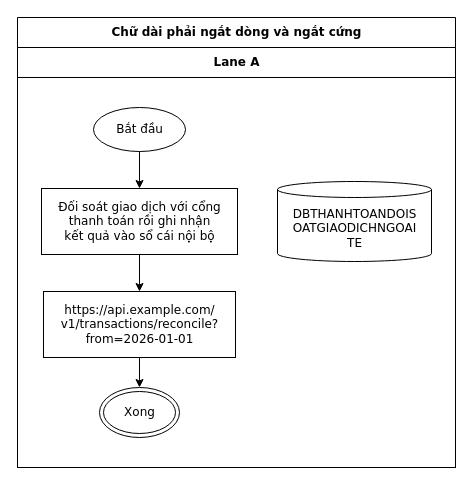
Before: conformance/golden/optimize/cases-19-wrap-long.drawio in luytbq/flowcast, a draw.io diagram. Source tidied: cells renumbered, new cells numbered last; positions are measured from the earlier drawing's top-left corner, leaving out a move shared by most shapes. Both pictures are drawn from the tidied source at 100%, with x=0, y=0 at pixel (17, 17).
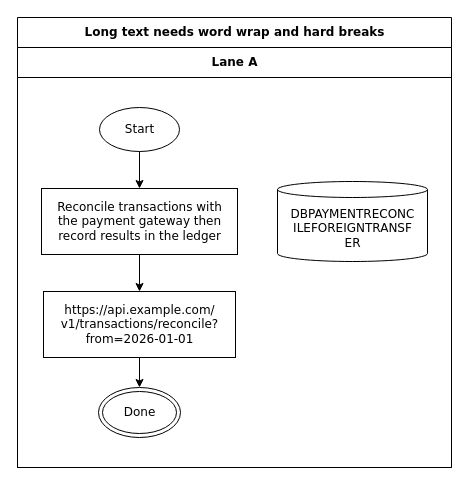
Above is the later version.

Diff of the diagram source:
```diff
@@
 <mxGraphModel>
   <root>
     <mxCell id="0" />
     <mxCell id="1" parent="0" />
-    <mxCell id="2" value="Chữ dài phải ngắt dòng và ngắt cứng" style="swimlane;html=1;startSize=30;fontStyle=1;fontFamily=Verdana;fontSize=12;flowtable=1;" parent="1" vertex="1">
-      <mxGeometry width="438" height="450" as="geometry" />
+    <mxCell id="2" value="Long text needs word wrap and hard breaks" style="swimlane;html=1;startSize=30;fontStyle=1;fontFamily=Verdana;fontSize=12;flowtable=1;" parent="1" vertex="1">
+      <mxGeometry width="434" height="450" as="geometry" />
     </mxCell>
     <mxCell id="3" value="Lane A" style="swimlane;html=1;startSize=30;fontFamily=Verdana;fontSize=12;flowtable=1;" parent="2" vertex="1">
-      <mxGeometry y="30" width="438" height="420" as="geometry" />
+      <mxGeometry y="30" width="434" height="420" as="geometry" />
     </mxCell>
-    <mxCell id="4" value="Bắt đầu" style="ellipse;html=1;fontFamily=Verdana;fontSize=12;flowtable=1;" parent="3" vertex="1">
-      <mxGeometry x="76" y="60" width="92" height="44" as="geometry" />
+    <mxCell id="4" value="Start" style="ellipse;html=1;fontFamily=Verdana;fontSize=12;flowtable=1;" parent="3" vertex="1">
+      <mxGeometry x="82" y="60" width="80" height="44" as="geometry" />
     </mxCell>
-    <mxCell id="5" value="Đối soát giao dịch với cổng&lt;br&gt;thanh toán rồi ghi nhận&lt;br&gt;kết quả vào sổ cái nội bộ" style="rounded=0;html=1;fontFamily=Verdana;fontSize=12;flowtable=1;" parent="3" vertex="1">
+    <mxCell id="5" value="Reconcile transactions with&lt;br&gt;the payment gateway then&lt;br&gt;record results in the ledger" style="rounded=0;html=1;fontFamily=Verdana;fontSize=12;flowtable=1;" parent="3" vertex="1">
       <mxGeometry x="24" y="141" width="196" height="66" as="geometry" />
     </mxCell>
-    <mxCell id="6" value="DBTHANHTOANDOIS&lt;br&gt;OATGIAODICHNGOAI&lt;br&gt;TE" style="shape=cylinder3;html=1;boundedLbl=1;backgroundOutline=1;size=8;fontFamily=Verdana;fontSize=12;flowtable=1;" parent="3" vertex="1">
-      <mxGeometry x="260" y="134" width="154" height="80" as="geometry" />
+    <mxCell id="6" value="DBPAYMENTRECONC&lt;br&gt;ILEFOREIGNTRANSF&lt;br&gt;ER" style="shape=cylinder3;html=1;boundedLbl=1;backgroundOutline=1;size=8;fontFamily=Verdana;fontSize=12;flowtable=1;" parent="3" vertex="1">
+      <mxGeometry x="260" y="134" width="150" height="80" as="geometry" />
     </mxCell>
     <mxCell id="7" value="https://api.example.com/&lt;br&gt;v1/transactions/reconcile?&lt;br&gt;from=2026-01-01" style="rounded=0;html=1;fontFamily=Verdana;fontSize=12;flowtable=1;" parent="3" vertex="1">
       <mxGeometry x="26" y="244" width="192" height="66" as="geometry" />
     </mxCell>
-    <mxCell id="8" value="Xong" style="shape=doubleEllipse;html=1;fontFamily=Verdana;fontSize=12;flowtable=1;" parent="3" vertex="1">
-      <mxGeometry x="82" y="340" width="80" height="50" as="geometry" />
+    <mxCell id="8" value="Done" style="shape=doubleEllipse;html=1;fontFamily=Verdana;fontSize=12;flowtable=1;" parent="3" vertex="1">
+      <mxGeometry x="81" y="340" width="82" height="50" as="geometry" />
     </mxCell>
     <mxCell id="9" style="edgeStyle=orthogonalEdgeStyle;rounded=0;jettySize=auto;html=1;labelBackgroundColor=default;exitX=0.5;exitY=1;exitDx=0;exitDy=0;entryX=0.5;entryY=0;entryDx=0;entryDy=0;fontFamily=Verdana;fontSize=12;flowtable=1;" parent="2" edge="1" source="4" target="5">
       <mxGeometry relative="1" as="geometry" />
     </mxCell>
     <mxCell id="10" style="edgeStyle=orthogonalEdgeStyle;rounded=0;jettySize=auto;html=1;labelBackgroundColor=default;exitX=0.5;exitY=1;exitDx=0;exitDy=0;entryX=0.5;entryY=0;entryDx=0;entryDy=0;fontFamily=Verdana;fontSize=12;flowtable=1;" parent="2" edge="1" source="5" target="7">
       <mxGeometry relative="1" as="geometry" />
     </mxCell>
     <mxCell id="11" style="edgeStyle=orthogonalEdgeStyle;rounded=0;jettySize=auto;html=1;labelBackgroundColor=default;exitX=0.5;exitY=1;exitDx=0;exitDy=0;entryX=0.5;entryY=0;entryDx=0;entryDy=0;fontFamily=Verdana;fontSize=12;flowtable=1;" parent="2" edge="1" source="7" target="8">
       <mxGeometry relative="1" as="geometry" />
     </mxCell>
   </root>
 </mxGraphModel>
```
